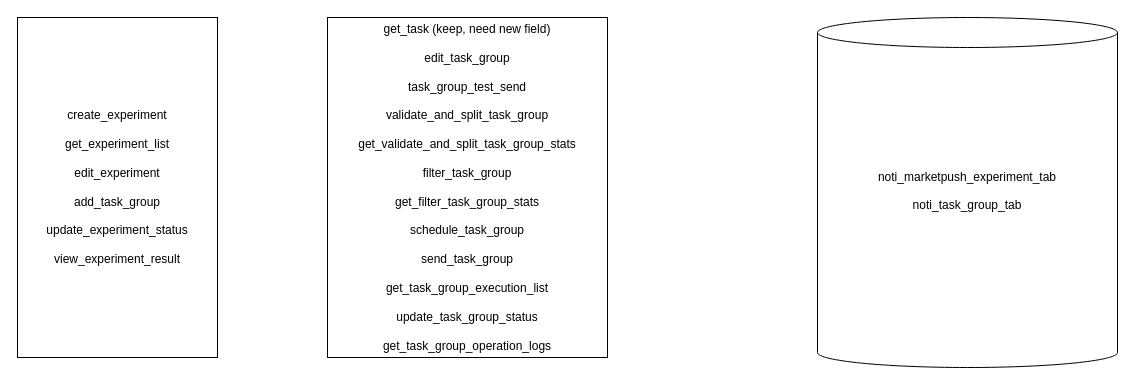
Before: marketpush integrate ab test.drawio in zzw55486402/20200626, a draw.io diagram. Source tidied: cells renumbered, new cells numbered last; positions are measured from the earlier drawing's top-left corner, leaving out a move shared by most shapes. Both pictures are drawn from the tidied source at 100%, with x=0, y=0 at pixel (17, 17).
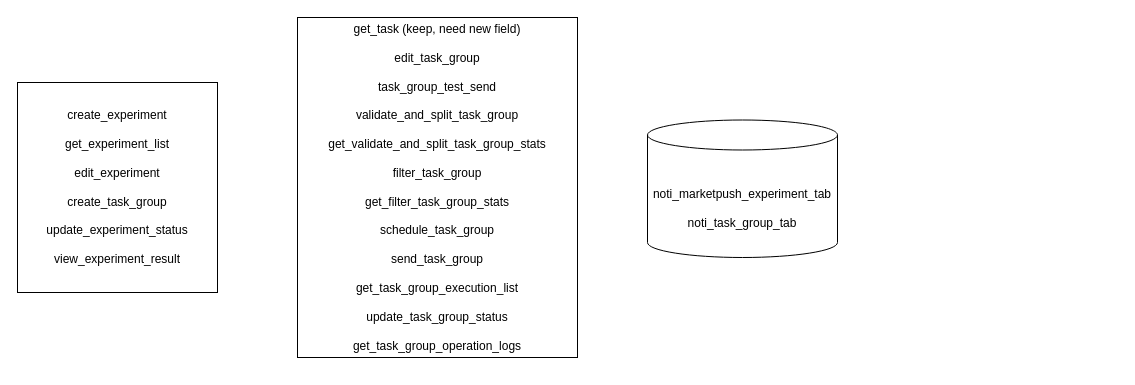
Above is the later version.

What changed in the source:
```diff
@@
 <mxGraphModel>
   <root>
     <mxCell id="0" />
     <mxCell id="1" parent="0" />
-    <mxCell id="2" value="create_experiment&lt;br&gt;&lt;br&gt;get_experiment_list&lt;br&gt;&lt;br&gt;edit_experiment&lt;br&gt;&lt;br&gt;add_task_group&lt;br&gt;&lt;br&gt;update_experiment_status&lt;br&gt;&lt;br&gt;view_experiment_result&lt;br&gt;" style="whiteSpace=wrap;html=1;" parent="1" vertex="1">
-      <mxGeometry width="200" height="340" as="geometry" />
+    <mxCell id="2" value="create_experiment&lt;br&gt;&lt;br&gt;get_experiment_list&lt;br&gt;&lt;br&gt;edit_experiment&lt;br&gt;&lt;br&gt;create_task_group&lt;br&gt;&lt;br&gt;update_experiment_status&lt;br&gt;&lt;br&gt;view_experiment_result" style="whiteSpace=wrap;html=1;" parent="1" vertex="1">
+      <mxGeometry y="65" width="200" height="210" as="geometry" />
     </mxCell>
     <mxCell id="3" value="get_task (keep, need new field)&lt;br&gt;&lt;br&gt;edit_task_group&lt;br&gt;&lt;br&gt;task_group_test_send&lt;br&gt;&lt;br&gt;validate_and_split_task_group&lt;br&gt;&lt;br&gt;get_validate_and_split_task_group_stats&lt;br&gt;&lt;br&gt;filter_task_group&lt;br&gt;&lt;br&gt;get_filter_task_group_stats&lt;br&gt;&lt;br&gt;schedule_task_group&lt;br&gt;&lt;br&gt;send_task_group&lt;br&gt;&lt;br&gt;get_task_group_execution_list&lt;br&gt;&lt;br&gt;update_task_group_status&lt;br&gt;&lt;br&gt;get_task_group_operation_logs&lt;br&gt;" style="whiteSpace=wrap;html=1;" parent="1" vertex="1">
-      <mxGeometry x="310" width="280" height="340" as="geometry" />
+      <mxGeometry x="280" width="280" height="340" as="geometry" />
     </mxCell>
-    <mxCell id="4" value="noti_marketpush_experiment_tab&lt;br&gt;&lt;br&gt;noti_task_group_tab&lt;br&gt;&lt;br&gt;&lt;br&gt;" style="shape=cylinder3;whiteSpace=wrap;html=1;boundedLbl=1;backgroundOutline=1;size=15;" parent="1" vertex="1">
-      <mxGeometry x="800" width="300" height="350" as="geometry" />
+    <mxCell id="4" value="&lt;br&gt;noti_marketpush_experiment_tab&lt;br&gt;&lt;br&gt;noti_task_group_tab&lt;br&gt;" style="shape=cylinder3;whiteSpace=wrap;html=1;boundedLbl=1;backgroundOutline=1;size=15;" parent="1" vertex="1">
+      <mxGeometry x="630" y="102.5" width="190" height="137.5" as="geometry" />
     </mxCell>
   </root>
 </mxGraphModel>
```
